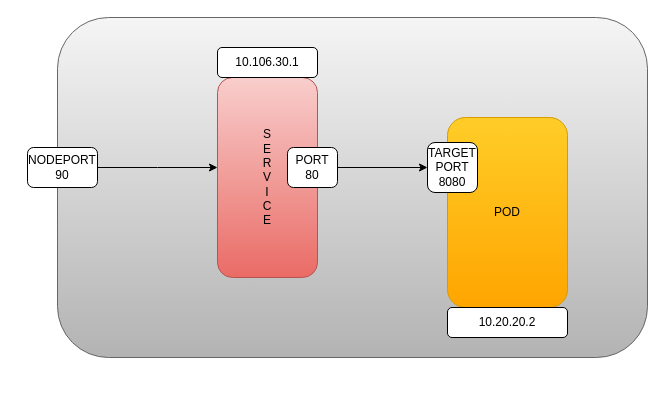
The draw.io diagram page "Page-4" (4 of 5) of Untitled Diagram.drawio in Dhruv9066/Assignment, before the edit. Source tidied: cells renumbered, new cells numbered last; positions are measured from the earlier drawing's top-left corner, leaving out a move shared by most shapes. Both pictures are drawn from the tidied source at 100%, with x=0, y=0 at pixel (27, 17).
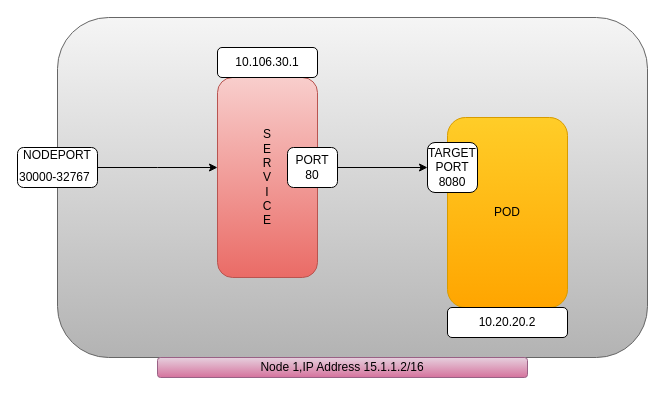
Above is the later version.

Change to the diagram source:
```diff
@@
 <mxGraphModel>
   <root>
     <mxCell id="0" />
     <mxCell id="1" parent="0" />
     <mxCell id="2" style="rounded=1;whiteSpace=wrap;html=1;fillColor=#f5f5f5;strokeColor=#666666;gradientColor=#b3b3b3;" parent="1" vertex="1">
       <mxGeometry x="30" width="590" height="340" as="geometry" />
     </mxCell>
     <mxCell id="3" value="S&lt;br&gt;E&lt;br&gt;R&lt;br&gt;V&lt;br&gt;I&lt;br&gt;C&lt;br&gt;E" style="rounded=1;whiteSpace=wrap;html=1;fillColor=#f8cecc;strokeColor=#b85450;gradientColor=#ea6b66;" parent="1" vertex="1">
       <mxGeometry x="190" y="60" width="100" height="200" as="geometry" />
     </mxCell>
     <mxCell id="4" value="POD" style="rounded=1;whiteSpace=wrap;html=1;fillColor=#ffcd28;strokeColor=#d79b00;gradientColor=#ffa500;" parent="1" vertex="1">
       <mxGeometry x="420" y="100" width="120" height="190" as="geometry" />
     </mxCell>
     <mxCell id="5" value="TARGET&lt;br&gt;PORT&lt;br&gt;8080" style="rounded=1;whiteSpace=wrap;html=1;" parent="1" vertex="1">
       <mxGeometry x="400" y="125" width="50" height="50" as="geometry" />
     </mxCell>
     <mxCell id="6" style="edgeStyle=orthogonalEdgeStyle;rounded=0;jettySize=auto;html=1;entryX=0;entryY=0.5;entryDx=0;entryDy=0;" parent="1" edge="1" source="7" target="5">
       <mxGeometry relative="1" as="geometry" />
     </mxCell>
     <mxCell id="7" value="PORT&lt;br&gt;80" style="rounded=1;whiteSpace=wrap;html=1;" parent="1" vertex="1">
       <mxGeometry x="260" y="130" width="50" height="40" as="geometry" />
     </mxCell>
     <mxCell id="8" style="edgeStyle=orthogonalEdgeStyle;rounded=0;jettySize=auto;html=1;" parent="1" edge="1" source="9">
       <mxGeometry relative="1" as="geometry">
         <mxPoint x="190" y="150" as="targetPoint" />
       </mxGeometry>
     </mxCell>
-    <mxCell id="9" value="NODEPORT&lt;br&gt;90" style="rounded=1;whiteSpace=wrap;html=1;" parent="1" vertex="1">
-      <mxGeometry y="130" width="70" height="40" as="geometry" />
+    <mxCell id="9" value="NODEPORT&lt;br&gt;30000-32767&lt;b&gt;&lt;span style=&quot;font-size: 16pt; line-height: 115%; font-family: Cambria, serif;&quot;&gt;&amp;nbsp;&lt;/span&gt;&lt;/b&gt;" style="rounded=1;whiteSpace=wrap;html=1;" parent="1" vertex="1">
+      <mxGeometry x="-10" y="130" width="80" height="40" as="geometry" />
     </mxCell>
     <mxCell id="10" value="10.20.20.2" style="rounded=1;whiteSpace=wrap;html=1;" parent="1" vertex="1">
       <mxGeometry x="420" y="290" width="120" height="30" as="geometry" />
     </mxCell>
     <mxCell id="11" value="10.106.30.1" style="rounded=1;whiteSpace=wrap;html=1;" parent="1" vertex="1">
       <mxGeometry x="190" y="30" width="100" height="30" as="geometry" />
     </mxCell>
+    <mxCell id="12" value="Node 1,IP Address 15.1.1.2/16" style="rounded=1;whiteSpace=wrap;html=1;fillColor=#e6d0de;gradientColor=#d5739d;strokeColor=#996185;" parent="1" vertex="1">
+      <mxGeometry x="130" y="340" width="370" height="20" as="geometry" />
+    </mxCell>
   </root>
 </mxGraphModel>
```
